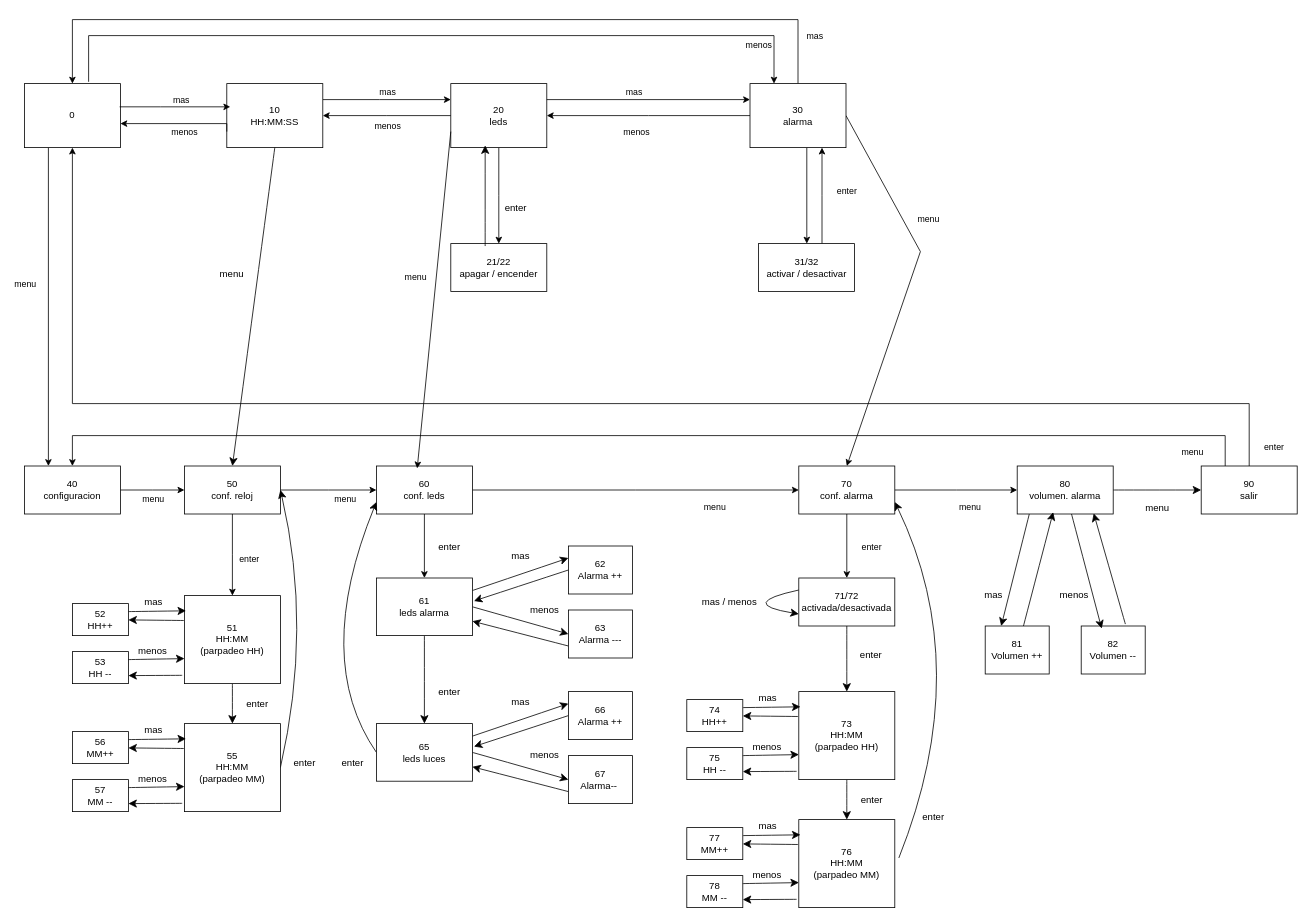
This is page "menu - maqEstados" (3 of 3) of despertadorSolar.drawio from jormiDev/despertadorSolar, a draw.io file, before an edit. Source tidied: cells renumbered, new cells numbered last; positions are measured from the earlier drawing's top-left corner, leaving out a move shared by most shapes. Both pictures are drawn from the tidied source at 80%, with x=0, y=0 at pixel (24, 19).
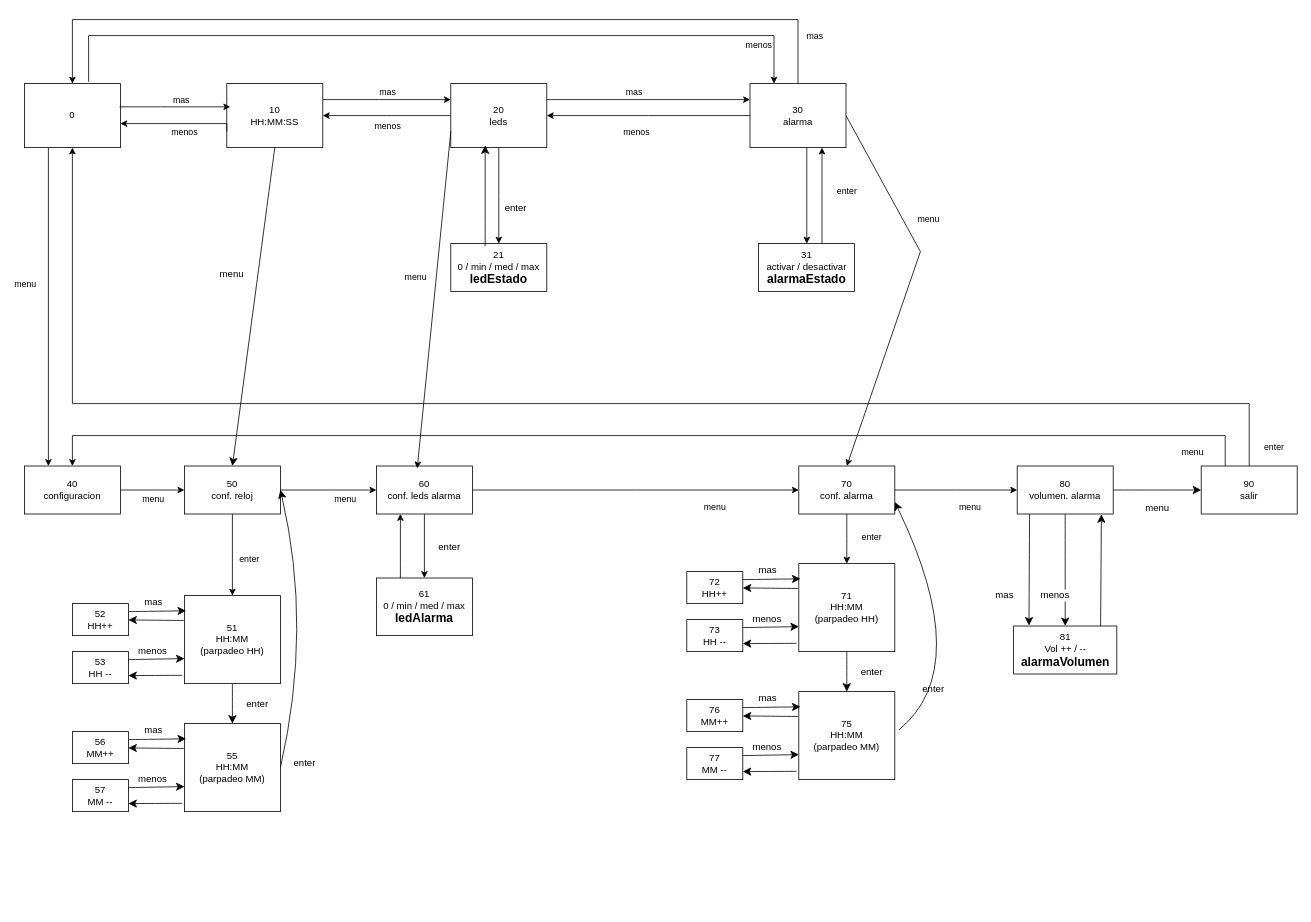
The same diagram, later.

The change refers to these unchanged cells:
```xml
<mxCell id="54" value="70&lt;div&gt;conf. alarma&lt;/div&gt;" style="rounded=0;whiteSpace=wrap;html=1;" parent="1" vertex="1">
  <mxGeometry x="968" y="558" width="120" height="60" as="geometry" />
</mxCell>
<mxCell id="120" value="80&lt;div&gt;volumen. alarma&lt;/div&gt;" style="rounded=0;whiteSpace=wrap;html=1;" parent="1" vertex="1">
  <mxGeometry x="1241" y="558" width="120" height="60" as="geometry" />
</mxCell>
```

Diff of the diagram source:
```diff
@@
-    <mxCell id="29" value="21/22&lt;div&gt;apagar / encender&lt;/div&gt;" style="rounded=0;whiteSpace=wrap;html=1;" parent="1" vertex="1">
+    <mxCell id="29" value="21&lt;div&gt;0 / min / med / max&lt;/div&gt;&lt;div&gt;&lt;b&gt;&lt;font style=&quot;font-size: 15px;&quot;&gt;ledEstado&lt;/font&gt;&lt;/b&gt;&lt;/div&gt;" style="rounded=0;whiteSpace=wrap;html=1;" parent="1" vertex="1">
       <mxGeometry x="533" y="280" width="120" height="60" as="geometry" />
     </mxCell>
@@
-    <mxCell id="45" value="60&lt;br&gt;&lt;div&gt;conf. leds&lt;/div&gt;" style="rounded=0;whiteSpace=wrap;html=1;" parent="1" vertex="1">
+    <mxCell id="45" value="60&lt;br&gt;&lt;div&gt;conf. leds alarma&lt;/div&gt;" style="rounded=0;whiteSpace=wrap;html=1;" parent="1" vertex="1">
       <mxGeometry x="440" y="558" width="120" height="60" as="geometry" />
     </mxCell>
@@
-    <mxCell id="49" value="31/32&lt;div&gt;activar / desactivar&lt;/div&gt;" style="rounded=0;whiteSpace=wrap;html=1;" parent="1" vertex="1">
+    <mxCell id="49" value="31&lt;div&gt;&lt;div&gt;activar / desactivar&lt;/div&gt;&lt;/div&gt;&lt;div&gt;&lt;b&gt;&lt;font style=&quot;font-size: 15px;&quot;&gt;alarmaEstado&lt;/font&gt;&lt;/b&gt;&lt;/div&gt;" style="rounded=0;whiteSpace=wrap;html=1;" parent="1" vertex="1">
       <mxGeometry x="917.6" y="280" width="120" height="60" as="geometry" />
     </mxCell>
@@
-    <mxCell id="52" style="edgeStyle=elbowEdgeStyle;rounded=0;jettySize=auto;html=1;" parent="1" edge="1" source="54" target="78">
+    <mxCell id="52" style="edgeStyle=elbowEdgeStyle;rounded=0;jettySize=auto;html=1;entryX=0.5;entryY=0;entryDx=0;entryDy=0;" parent="1" edge="1" source="54" target="100">
       <mxGeometry relative="1" as="geometry" />
     </mxCell>
@@
-    <mxCell id="67" style="edgeStyle=none;curved=1;rounded=0;jettySize=auto;html=1;entryX=0;entryY=0.25;entryDx=0;entryDy=0;fontSize=12;startSize=8;endSize=8;" parent="1" edge="1" source="73" target="128">
-      <mxGeometry relative="1" as="geometry" />
-    </mxCell>
-    <mxCell id="68" value="mas" style="edgeLabel;html=1;align=center;verticalAlign=middle;fontSize=12;" parent="67" vertex="1">
-      <mxGeometry x="0.01" y="-1" relative="1" as="geometry">
-        <mxPoint x="-1" y="-24" as="offset" />
-      </mxGeometry>
-    </mxCell>
-    <mxCell id="69" style="edgeStyle=none;curved=1;rounded=0;jettySize=auto;html=1;entryX=0;entryY=0.5;entryDx=0;entryDy=0;fontSize=12;startSize=8;endSize=8;exitX=1;exitY=0.5;exitDx=0;exitDy=0;" parent="1" edge="1" source="73" target="130">
-      <mxGeometry relative="1" as="geometry" />
-    </mxCell>
-    <mxCell id="70" value="menos" style="edgeLabel;html=1;align=center;verticalAlign=middle;fontSize=12;" parent="69" vertex="1">
-      <mxGeometry x="0.35" y="-1" relative="1" as="geometry">
-        <mxPoint x="9" y="-20" as="offset" />
-      </mxGeometry>
-    </mxCell>
-    <mxCell id="71" style="edgeStyle=none;curved=1;rounded=0;jettySize=auto;html=1;entryX=0.5;entryY=0;entryDx=0;entryDy=0;fontSize=12;startSize=8;endSize=8;" parent="1" edge="1" source="73" target="137">
-      <mxGeometry relative="1" as="geometry" />
-    </mxCell>
-    <mxCell id="72" value="enter" style="edgeLabel;html=1;align=center;verticalAlign=middle;fontSize=12;" parent="71" vertex="1">
-      <mxGeometry x="-0.08" y="4" relative="1" as="geometry">
-        <mxPoint x="26" y="19" as="offset" />
-      </mxGeometry>
-    </mxCell>
+    <mxCell id="143" style="edgeStyle=orthogonalEdgeStyle;rounded=0;jettySize=auto;html=1;entryX=0.25;entryY=1;entryDx=0;entryDy=0;" parent="1" edge="1" source="73" target="45">
+      <mxGeometry relative="1" as="geometry">
+        <Array as="points">
+          <mxPoint x="470" y="680" />
+          <mxPoint x="470" y="680" />
+        </Array>
+      </mxGeometry>
+    </mxCell>
-    <mxCell id="73" value="61&lt;div&gt;leds alarma&lt;/div&gt;" style="whiteSpace=wrap;html=1;rounded=0;" parent="1" vertex="1">
+    <mxCell id="73" value="61&lt;div&gt;0 / min / med / max&lt;/div&gt;&lt;div&gt;&lt;b&gt;&lt;font style=&quot;font-size: 15px;&quot;&gt;ledAlarma&lt;/font&gt;&lt;/b&gt;&lt;/div&gt;" style="whiteSpace=wrap;html=1;rounded=0;" parent="1" vertex="1">
       <mxGeometry x="440" y="698" width="120" height="72" as="geometry" />
     </mxCell>
-    <mxCell id="74" style="edgeStyle=none;curved=1;rounded=0;jettySize=auto;html=1;entryX=0.5;entryY=0;entryDx=0;entryDy=0;fontSize=12;startSize=8;endSize=8;" parent="1" edge="1" source="78" target="100">
-      <mxGeometry relative="1" as="geometry" />
-    </mxCell>
-    <mxCell id="75" value="enter" style="edgeLabel;html=1;align=center;verticalAlign=middle;fontSize=12;" parent="74" vertex="1">
-      <mxGeometry x="0.03" y="-1" relative="1" as="geometry">
-        <mxPoint x="30" y="-6" as="offset" />
-      </mxGeometry>
-    </mxCell>
-    <mxCell id="76" style="edgeStyle=none;curved=1;rounded=0;orthogonalLoop=1;jettySize=auto;html=1;fontSize=12;startSize=8;endSize=8;entryX=0;entryY=0.75;entryDx=0;entryDy=0;exitX=0;exitY=0.25;exitDx=0;exitDy=0;" parent="1" edge="1" source="78" target="78">
-      <mxGeometry relative="1" as="geometry">
-        <Array as="points">
-          <mxPoint x="890" y="730" />
-        </Array>
-      </mxGeometry>
-    </mxCell>
-    <mxCell id="77" value="mas / menos" style="edgeLabel;html=1;align=center;verticalAlign=middle;fontSize=12;" parent="76" vertex="1">
-      <mxGeometry x="0.43" y="3" relative="1" as="geometry">
-        <mxPoint x="-44" y="-5" as="offset" />
-      </mxGeometry>
-    </mxCell>
-    <mxCell id="78" value="71/72&lt;div&gt;activada/desactivada&lt;/div&gt;" style="whiteSpace=wrap;html=1;rounded=0;" parent="1" vertex="1">
-      <mxGeometry x="968" y="698" width="120" height="60" as="geometry" />
-    </mxCell>
@@
-    <mxCell id="100" value="73&lt;div&gt;HH:MM&lt;div&gt;(parpadeo HH)&lt;/div&gt;&lt;/div&gt;" style="whiteSpace=wrap;html=1;rounded=0;" parent="1" vertex="1">
-      <mxGeometry x="968" y="840" width="120" height="110" as="geometry" />
+    <mxCell id="100" value="71&lt;div&gt;HH:MM&lt;div&gt;(parpadeo HH)&lt;/div&gt;&lt;/div&gt;" style="whiteSpace=wrap;html=1;rounded=0;" parent="1" vertex="1">
+      <mxGeometry x="968" y="680" width="120" height="110" as="geometry" />
     </mxCell>
@@
-    <mxCell id="102" value="74&lt;div&gt;HH++&lt;/div&gt;" style="whiteSpace=wrap;html=1;rounded=0;" parent="1" vertex="1">
-      <mxGeometry x="828" y="850" width="70" height="40" as="geometry" />
+    <mxCell id="102" value="72&lt;div&gt;HH++&lt;/div&gt;" style="whiteSpace=wrap;html=1;rounded=0;" parent="1" vertex="1">
+      <mxGeometry x="828" y="690" width="70" height="40" as="geometry" />
     </mxCell>
-    <mxCell id="103" value="75&lt;div&gt;HH --&lt;/div&gt;" style="whiteSpace=wrap;html=1;rounded=0;" parent="1" vertex="1">
-      <mxGeometry x="828" y="910" width="70" height="40" as="geometry" />
+    <mxCell id="103" value="73&lt;div&gt;HH --&lt;/div&gt;" style="whiteSpace=wrap;html=1;rounded=0;" parent="1" vertex="1">
+      <mxGeometry x="828" y="750" width="70" height="40" as="geometry" />
     </mxCell>
@@
     <mxCell id="109" value="enter" style="edgeLabel;html=1;align=center;verticalAlign=middle;fontSize=12;" parent="1" vertex="1">
-      <mxGeometry x="1117.6" y="1049.6" as="geometry">
+      <mxGeometry x="1117.6" y="889.6" as="geometry">
         <mxPoint x="18" y="-53" as="offset" />
       </mxGeometry>
     </mxCell>
@@
-    <mxCell id="111" value="76&lt;div&gt;HH:MM&lt;div&gt;(parpadeo MM)&lt;/div&gt;&lt;/div&gt;" style="whiteSpace=wrap;html=1;rounded=0;" parent="1" vertex="1">
-      <mxGeometry x="968" y="1000" width="120" height="110" as="geometry" />
+    <mxCell id="111" value="75&lt;div&gt;HH:MM&lt;div&gt;(parpadeo MM)&lt;/div&gt;&lt;/div&gt;" style="whiteSpace=wrap;html=1;rounded=0;" parent="1" vertex="1">
+      <mxGeometry x="968" y="840" width="120" height="110" as="geometry" />
     </mxCell>
@@
-    <mxCell id="113" value="77&lt;div&gt;MM++&lt;/div&gt;" style="whiteSpace=wrap;html=1;rounded=0;" parent="1" vertex="1">
-      <mxGeometry x="828" y="1010" width="70" height="40" as="geometry" />
+    <mxCell id="113" value="76&lt;div&gt;MM++&lt;/div&gt;" style="whiteSpace=wrap;html=1;rounded=0;" parent="1" vertex="1">
+      <mxGeometry x="828" y="850" width="70" height="40" as="geometry" />
     </mxCell>
-    <mxCell id="114" value="&lt;div&gt;78&lt;/div&gt;&lt;div&gt;MM --&lt;/div&gt;" style="whiteSpace=wrap;html=1;rounded=0;" parent="1" vertex="1">
-      <mxGeometry x="828" y="1070" width="70" height="40" as="geometry" />
+    <mxCell id="114" value="&lt;div&gt;77&lt;/div&gt;&lt;div&gt;MM --&lt;/div&gt;" style="whiteSpace=wrap;html=1;rounded=0;" parent="1" vertex="1">
+      <mxGeometry x="828" y="910" width="70" height="40" as="geometry" />
     </mxCell>
@@
-    <mxCell id="118" style="edgeStyle=none;curved=1;rounded=0;jettySize=auto;html=1;fontSize=12;startSize=8;endSize=8;exitX=0.129;exitY=0.977;exitDx=0;exitDy=0;exitPerimeter=0;entryX=0.25;entryY=0;entryDx=0;entryDy=0;" parent="1" edge="1" source="120" target="122">
+    <mxCell id="118" style="edgeStyle=none;curved=1;rounded=0;jettySize=auto;html=1;fontSize=12;startSize=8;endSize=8;exitX=0.129;exitY=0.977;exitDx=0;exitDy=0;exitPerimeter=0;entryX=0.149;entryY=-0.01;entryDx=0;entryDy=0;entryPerimeter=0;" parent="1" edge="1" source="120" target="123">
       <mxGeometry relative="1" as="geometry" />
     </mxCell>
@@
-    <mxCell id="121" style="edgeStyle=none;curved=1;rounded=0;jettySize=auto;html=1;entryX=0.375;entryY=0.961;entryDx=0;entryDy=0;fontSize=12;startSize=8;endSize=8;entryPerimeter=0;" parent="1" edge="1" source="122" target="120">
+    <mxCell id="121" style="edgeStyle=none;curved=1;rounded=0;jettySize=auto;html=1;entryX=0.877;entryY=1.006;entryDx=0;entryDy=0;fontSize=12;startSize=8;endSize=8;entryPerimeter=0;exitX=0.843;exitY=0.038;exitDx=0;exitDy=0;exitPerimeter=0;" parent="1" edge="1" source="123" target="120">
       <mxGeometry relative="1" as="geometry" />
     </mxCell>
-    <mxCell id="122" value="81&lt;div&gt;Volumen ++&lt;/div&gt;" style="whiteSpace=wrap;html=1;rounded=0;" parent="1" vertex="1">
-      <mxGeometry x="1201" y="758" width="80" height="60" as="geometry" />
-    </mxCell>
-    <mxCell id="123" value="82&lt;div&gt;Volumen --&lt;/div&gt;" style="whiteSpace=wrap;html=1;rounded=0;" parent="1" vertex="1">
-      <mxGeometry x="1321" y="758" width="80" height="60" as="geometry" />
+    <mxCell id="123" value="81&lt;div&gt;Vol ++ / --&lt;/div&gt;&lt;div&gt;&lt;b&gt;&lt;font style=&quot;font-size: 15px;&quot;&gt;alarmaVolumen&lt;/font&gt;&lt;/b&gt;&lt;/div&gt;" style="whiteSpace=wrap;html=1;rounded=0;" parent="1" vertex="1">
+      <mxGeometry x="1236.5" y="758" width="129" height="60" as="geometry" />
     </mxCell>
-    <mxCell id="124" style="edgeStyle=none;curved=1;rounded=0;jettySize=auto;html=1;entryX=0.797;entryY=0.987;entryDx=0;entryDy=0;entryPerimeter=0;fontSize=12;startSize=8;endSize=8;exitX=0.69;exitY=-0.04;exitDx=0;exitDy=0;exitPerimeter=0;" parent="1" edge="1" source="123" target="120">
-      <mxGeometry relative="1" as="geometry" />
-    </mxCell>
-    <mxCell id="125" style="edgeStyle=none;curved=1;rounded=0;jettySize=auto;html=1;entryX=0.32;entryY=0.053;entryDx=0;entryDy=0;entryPerimeter=0;fontSize=12;startSize=8;endSize=8;" parent="1" edge="1" source="120" target="123">
+    <mxCell id="125" style="edgeStyle=none;curved=1;rounded=0;jettySize=auto;html=1;entryX=0.5;entryY=0;entryDx=0;entryDy=0;fontSize=12;startSize=8;endSize=8;" parent="1" edge="1" source="120" target="123">
       <mxGeometry relative="1" as="geometry" />
     </mxCell>
@@
-    <mxCell id="127" style="edgeStyle=none;curved=1;rounded=0;jettySize=auto;html=1;entryX=1.016;entryY=0.399;entryDx=0;entryDy=0;fontSize=12;startSize=8;endSize=8;exitX=0;exitY=0.5;exitDx=0;exitDy=0;entryPerimeter=0;" parent="1" edge="1" source="128" target="73">
-      <mxGeometry relative="1" as="geometry" />
-    </mxCell>
-    <mxCell id="128" value="62&lt;div&gt;Alarma ++&lt;/div&gt;" style="whiteSpace=wrap;html=1;rounded=0;" parent="1" vertex="1">
-      <mxGeometry x="680" y="658" width="80" height="60" as="geometry" />
-    </mxCell>
-    <mxCell id="129" style="edgeStyle=none;curved=1;rounded=0;jettySize=auto;html=1;entryX=1;entryY=0.75;entryDx=0;entryDy=0;fontSize=12;startSize=8;endSize=8;exitX=0;exitY=0.75;exitDx=0;exitDy=0;" parent="1" edge="1" source="130" target="73">
-      <mxGeometry relative="1" as="geometry" />
-    </mxCell>
-    <mxCell id="130" value="63&lt;div&gt;Alarma ---&lt;/div&gt;" style="whiteSpace=wrap;html=1;rounded=0;" parent="1" vertex="1">
-      <mxGeometry x="680" y="738" width="80" height="60" as="geometry" />
-    </mxCell>
-    <mxCell id="131" style="edgeStyle=none;curved=1;rounded=0;jettySize=auto;html=1;entryX=0;entryY=0.25;entryDx=0;entryDy=0;fontSize=12;startSize=8;endSize=8;" parent="1" edge="1" source="137" target="139">
-      <mxGeometry relative="1" as="geometry" />
-    </mxCell>
-    <mxCell id="132" value="mas" style="edgeLabel;html=1;align=center;verticalAlign=middle;fontSize=12;" parent="131" vertex="1">
-      <mxGeometry x="0.01" y="-1" relative="1" as="geometry">
-        <mxPoint x="-1" y="-24" as="offset" />
-      </mxGeometry>
-    </mxCell>
-    <mxCell id="133" style="edgeStyle=none;curved=1;rounded=0;jettySize=auto;html=1;entryX=0;entryY=0.5;entryDx=0;entryDy=0;fontSize=12;startSize=8;endSize=8;exitX=1;exitY=0.5;exitDx=0;exitDy=0;" parent="1" edge="1" source="137" target="141">
-      <mxGeometry relative="1" as="geometry" />
-    </mxCell>
-    <mxCell id="134" value="menos" style="edgeLabel;html=1;align=center;verticalAlign=middle;fontSize=12;" parent="133" vertex="1">
-      <mxGeometry x="0.35" y="-1" relative="1" as="geometry">
-        <mxPoint x="9" y="-20" as="offset" />
-      </mxGeometry>
-    </mxCell>
-    <mxCell id="135" style="edgeStyle=none;curved=1;rounded=0;jettySize=auto;html=1;entryX=0;entryY=0.75;entryDx=0;entryDy=0;fontSize=12;startSize=8;endSize=8;exitX=0;exitY=0.5;exitDx=0;exitDy=0;" parent="1" edge="1" source="137" target="45">
-      <mxGeometry relative="1" as="geometry">
-        <Array as="points">
-          <mxPoint x="360" y="800" />
-        </Array>
-      </mxGeometry>
-    </mxCell>
-    <mxCell id="136" value="enter" style="edgeLabel;html=1;align=center;verticalAlign=middle;fontSize=12;" parent="135" vertex="1">
-      <mxGeometry x="-0.52" y="-15" relative="1" as="geometry">
-        <mxPoint x="5" y="92" as="offset" />
-      </mxGeometry>
-    </mxCell>
-    <mxCell id="137" value="65&lt;div&gt;leds luces&lt;/div&gt;" style="whiteSpace=wrap;html=1;rounded=0;" parent="1" vertex="1">
-      <mxGeometry x="440" y="880" width="120" height="72" as="geometry" />
-    </mxCell>
-    <mxCell id="138" style="edgeStyle=none;curved=1;rounded=0;jettySize=auto;html=1;entryX=1.016;entryY=0.399;entryDx=0;entryDy=0;fontSize=12;startSize=8;endSize=8;exitX=0;exitY=0.5;exitDx=0;exitDy=0;entryPerimeter=0;" parent="1" edge="1" source="139" target="137">
-      <mxGeometry relative="1" as="geometry" />
-    </mxCell>
-    <mxCell id="139" value="66&lt;div&gt;Alarma ++&lt;/div&gt;" style="whiteSpace=wrap;html=1;rounded=0;" parent="1" vertex="1">
-      <mxGeometry x="680" y="840" width="80" height="60" as="geometry" />
-    </mxCell>
-    <mxCell id="140" style="edgeStyle=none;curved=1;rounded=0;jettySize=auto;html=1;entryX=1;entryY=0.75;entryDx=0;entryDy=0;fontSize=12;startSize=8;endSize=8;exitX=0;exitY=0.75;exitDx=0;exitDy=0;" parent="1" edge="1" source="141" target="137">
-      <mxGeometry relative="1" as="geometry" />
-    </mxCell>
-    <mxCell id="141" value="67&lt;div&gt;Alarma--&amp;nbsp;&lt;/div&gt;" style="whiteSpace=wrap;html=1;rounded=0;" parent="1" vertex="1">
-      <mxGeometry x="680" y="920" width="80" height="60" as="geometry" />
-    </mxCell>
```
